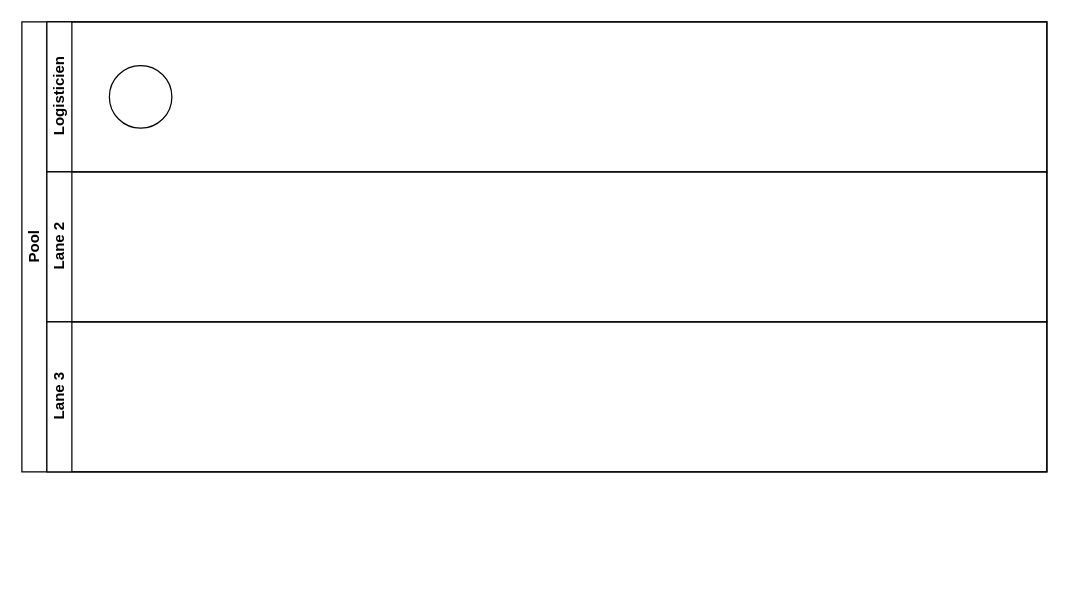
quemet/Draw.io keeps this draw.io diagram as RéceptionCommande.drawio. Above is the earlier version. Source tidied: cells renumbered, new cells numbered last; positions are measured from the earlier drawing's top-left corner, leaving out a move shared by most shapes. Both pictures are drawn from the tidied source at 125%, with x=0, y=0 at pixel (21, 21).
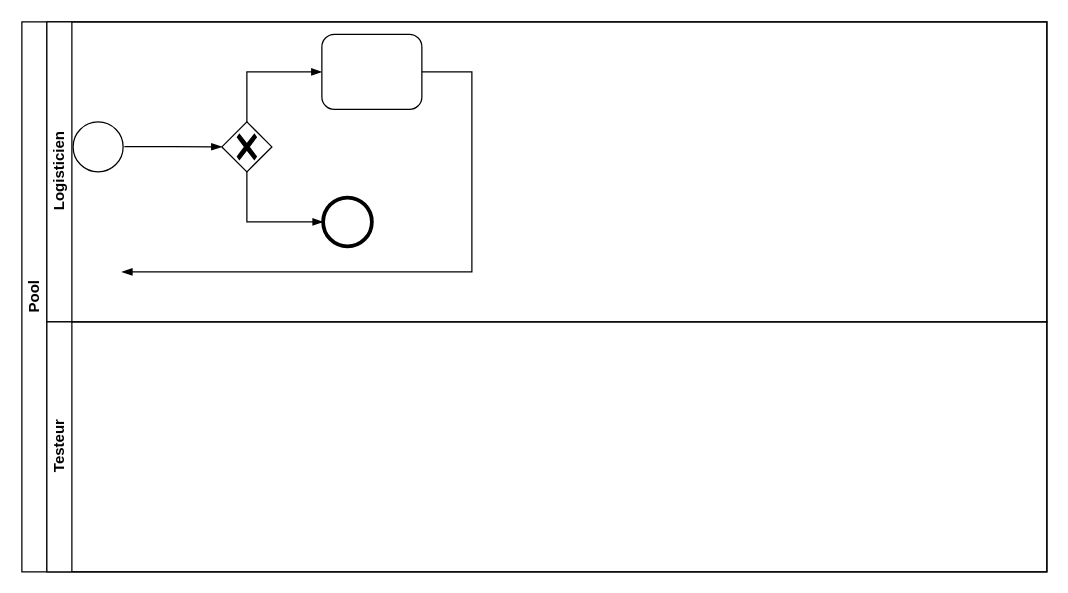
Above is the later version.

Commit message (it also covers changes not shown here):
Mettre à jour RéceptionCommande.drawio

Diff of the diagram source:
```diff
@@
     <mxCell id="2" value="Pool" style="swimlane;html=1;horizontal=0;startSize=20;whiteSpace=wrap;" parent="1" vertex="1">
-      <mxGeometry width="820" height="360" as="geometry" />
+      <mxGeometry width="820" height="440" as="geometry" />
     </mxCell>
     <mxCell id="3" value="Logisticien" style="swimlane;html=1;startSize=20;horizontal=0;" parent="2" vertex="1">
-      <mxGeometry x="20" width="800" height="120" as="geometry" />
+      <mxGeometry x="20" width="800" height="240" as="geometry" />
     </mxCell>
     <mxCell id="4" style="shape=mxgraph.bpmn.event;html=1;verticalLabelPosition=bottom;labelBackgroundColor=#ffffff;verticalAlign=top;align=center;perimeter=ellipsePerimeter;outline=standard;symbol=general;" parent="3" vertex="1">
-      <mxGeometry x="50" y="35" width="50" height="50" as="geometry" />
+      <mxGeometry x="21" y="80" width="40" height="40" as="geometry" />
     </mxCell>
-    <mxCell id="5" value="Lane 2" style="swimlane;html=1;startSize=20;horizontal=0;" parent="2" vertex="1">
-      <mxGeometry x="20" y="120" width="800" height="120" as="geometry" />
-    </mxCell>
+    <mxCell id="7" style="points=[[0.25,0.25,0],[0.5,0,0],[0.75,0.25,0],[1,0.5,0],[0.75,0.75,0],[0.5,1,0],[0.25,0.75,0],[0,0.5,0]];shape=mxgraph.bpmn.gateway2;html=1;verticalLabelPosition=bottom;labelBackgroundColor=#ffffff;verticalAlign=top;align=center;perimeter=rhombusPerimeter;outlineConnect=0;outline=none;symbol=none;gwType=exclusive;" parent="3" vertex="1">
+      <mxGeometry x="140" y="80" width="40" height="40" as="geometry" />
+    </mxCell>
+    <mxCell id="8" style="edgeStyle=elbowEdgeStyle;fontSize=12;html=1;endArrow=blockThin;endFill=1;rounded=0;entryX=0;entryY=0.5;entryDx=0;entryDy=0;entryPerimeter=0;" parent="3" edge="1" target="7">
+      <mxGeometry relative="1" as="geometry">
+        <mxPoint x="62" y="99.8" as="sourcePoint" />
+      </mxGeometry>
+    </mxCell>
+    <mxCell id="9" style="edgeStyle=elbowEdgeStyle;fontSize=12;html=1;endArrow=blockThin;endFill=1;rounded=0;" parent="3" edge="1">
+      <mxGeometry relative="1" as="geometry">
+        <mxPoint x="200" y="80" as="sourcePoint" />
+        <mxPoint x="200" y="80" as="targetPoint" />
+      </mxGeometry>
+    </mxCell>
+    <mxCell id="10" style="edgeStyle=elbowEdgeStyle;fontSize=12;html=1;endArrow=blockThin;endFill=1;rounded=0;entryX=0;entryY=0.5;entryDx=0;entryDy=0;entryPerimeter=0;" parent="3" edge="1" target="12">
+      <mxGeometry relative="1" as="geometry">
+        <mxPoint x="160" y="80" as="sourcePoint" />
+        <Array as="points">
+          <mxPoint x="160" y="60" />
+        </Array>
+      </mxGeometry>
+    </mxCell>
+    <mxCell id="11" style="edgeStyle=elbowEdgeStyle;fontSize=12;html=1;endArrow=blockThin;endFill=1;rounded=0;entryX=0;entryY=0.5;entryDx=0;entryDy=0;entryPerimeter=0;" parent="3" edge="1" target="13">
+      <mxGeometry relative="1" as="geometry">
+        <mxPoint x="160" y="120" as="sourcePoint" />
+        <Array as="points">
+          <mxPoint x="160" y="160" />
+        </Array>
+      </mxGeometry>
+    </mxCell>
+    <mxCell id="12" style="points=[[0.25,0,0],[0.5,0,0],[0.75,0,0],[1,0.25,0],[1,0.5,0],[1,0.75,0],[0.75,1,0],[0.5,1,0],[0.25,1,0],[0,0.75,0],[0,0.5,0],[0,0.25,0]];shape=mxgraph.bpmn.task;whiteSpace=wrap;rectStyle=rounded;size=10;html=1;taskMarker=abstract;" parent="3" vertex="1">
+      <mxGeometry x="220" y="10" width="80" height="60" as="geometry" />
+    </mxCell>
+    <mxCell id="13" style="points=[[0.145,0.145,0],[0.5,0,0],[0.855,0.145,0],[1,0.5,0],[0.855,0.855,0],[0.5,1,0],[0.145,0.855,0],[0,0.5,0]];shape=mxgraph.bpmn.event;html=1;verticalLabelPosition=bottom;labelBackgroundColor=#ffffff;verticalAlign=top;align=center;perimeter=ellipsePerimeter;outlineConnect=0;outline=end;symbol=terminate2;" parent="3" vertex="1">
+      <mxGeometry x="221" y="140.5" width="39" height="39" as="geometry" />
+    </mxCell>
+    <mxCell id="14" style="edgeStyle=elbowEdgeStyle;fontSize=12;html=1;endArrow=blockThin;endFill=1;rounded=0;" parent="3" edge="1">
+      <mxGeometry relative="1" as="geometry">
+        <mxPoint x="300" y="40" as="sourcePoint" />
+        <mxPoint x="60" y="200" as="targetPoint" />
+        <Array as="points">
+          <mxPoint x="340" y="280" />
+        </Array>
+      </mxGeometry>
+    </mxCell>
-    <mxCell id="6" value="Lane 3" style="swimlane;html=1;startSize=20;horizontal=0;" parent="2" vertex="1">
-      <mxGeometry x="20" y="240" width="800" height="120" as="geometry" />
+    <mxCell id="6" value="Testeur" style="swimlane;html=1;startSize=20;horizontal=0;" parent="2" vertex="1">
+      <mxGeometry x="20" y="240" width="800" height="200" as="geometry" />
     </mxCell>
```
